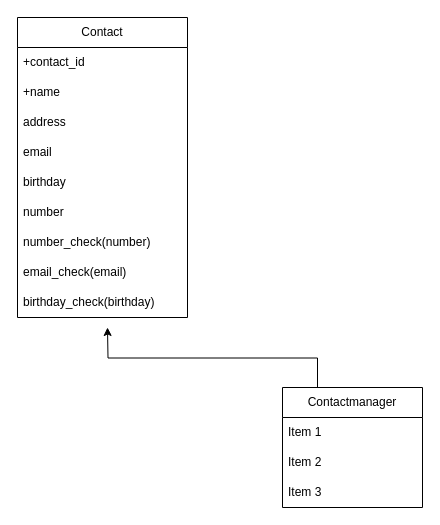
Earlier version of the draw.io diagram Диаграмма без названия.drawio (igorgroni/GOIT_HM). Source tidied: cells renumbered, new cells numbered last; positions are measured from the earlier drawing's top-left corner, leaving out a move shared by most shapes. Both pictures are drawn from the tidied source at 100%, with x=0, y=0 at pixel (17, 17).
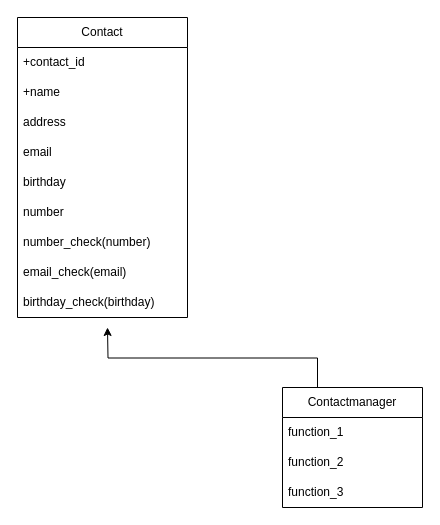
After the change.

Change to the diagram source:
```diff
@@
 <mxGraphModel>
   <root>
     <mxCell id="0" />
     <mxCell id="1" parent="0" />
     <mxCell id="2" value="Contact" style="swimlane;fontStyle=0;horizontal=1;startSize=30;whiteSpace=wrap;html=1;" parent="1" vertex="1">
       <mxGeometry width="170" height="300" as="geometry" />
     </mxCell>
     <mxCell id="3" value="+contact_id" style="text;strokeColor=none;fillColor=none;align=left;verticalAlign=middle;spacingLeft=4;spacingRight=4;overflow=hidden;whiteSpace=wrap;html=1;" parent="2" vertex="1">
       <mxGeometry y="30" width="170" height="30" as="geometry" />
     </mxCell>
     <mxCell id="4" value="+name" style="text;strokeColor=none;fillColor=none;align=left;verticalAlign=middle;spacingLeft=4;spacingRight=4;overflow=hidden;whiteSpace=wrap;html=1;" parent="2" vertex="1">
       <mxGeometry y="60" width="170" height="30" as="geometry" />
     </mxCell>
     <mxCell id="5" value="address" style="text;strokeColor=none;fillColor=none;align=left;verticalAlign=middle;spacingLeft=4;spacingRight=4;overflow=hidden;whiteSpace=wrap;html=1;" parent="2" vertex="1">
       <mxGeometry y="90" width="170" height="30" as="geometry" />
     </mxCell>
     <mxCell id="6" value="email" style="text;strokeColor=none;fillColor=none;align=left;verticalAlign=middle;spacingLeft=4;spacingRight=4;overflow=hidden;whiteSpace=wrap;html=1;" parent="2" vertex="1">
       <mxGeometry y="120" width="170" height="30" as="geometry" />
     </mxCell>
     <mxCell id="7" value="birthday" style="text;strokeColor=none;fillColor=none;align=left;verticalAlign=middle;spacingLeft=4;spacingRight=4;overflow=hidden;whiteSpace=wrap;html=1;" parent="2" vertex="1">
       <mxGeometry y="150" width="170" height="30" as="geometry" />
     </mxCell>
     <mxCell id="8" value="number" style="text;strokeColor=none;fillColor=none;align=left;verticalAlign=middle;spacingLeft=4;spacingRight=4;overflow=hidden;whiteSpace=wrap;html=1;" parent="2" vertex="1">
       <mxGeometry y="180" width="170" height="30" as="geometry" />
     </mxCell>
     <mxCell id="9" value="number_check(number)" style="text;strokeColor=none;fillColor=none;align=left;verticalAlign=middle;spacingLeft=4;spacingRight=4;overflow=hidden;whiteSpace=wrap;html=1;" parent="2" vertex="1">
       <mxGeometry y="210" width="170" height="30" as="geometry" />
     </mxCell>
     <mxCell id="10" value="email_check(email)" style="text;strokeColor=none;fillColor=none;align=left;verticalAlign=middle;spacingLeft=4;spacingRight=4;overflow=hidden;whiteSpace=wrap;html=1;" parent="2" vertex="1">
       <mxGeometry y="240" width="170" height="30" as="geometry" />
     </mxCell>
     <mxCell id="11" value="birthday_check(birthday)" style="text;strokeColor=none;fillColor=none;align=left;verticalAlign=middle;spacingLeft=4;spacingRight=4;overflow=hidden;whiteSpace=wrap;html=1;" parent="2" vertex="1">
       <mxGeometry y="270" width="170" height="30" as="geometry" />
     </mxCell>
     <mxCell id="12" style="edgeStyle=orthogonalEdgeStyle;rounded=0;jettySize=auto;html=1;exitX=0.25;exitY=0;exitDx=0;exitDy=0;" parent="1" edge="1" source="13">
       <mxGeometry relative="1" as="geometry">
         <mxPoint x="90" y="310" as="targetPoint" />
       </mxGeometry>
     </mxCell>
     <mxCell id="13" value="Contactmanager" style="swimlane;fontStyle=0;horizontal=1;startSize=30;whiteSpace=wrap;html=1;" parent="1" vertex="1">
       <mxGeometry x="265" y="370" width="140" height="120" as="geometry" />
     </mxCell>
-    <mxCell id="14" value="Item 1" style="text;strokeColor=none;fillColor=none;align=left;verticalAlign=middle;spacingLeft=4;spacingRight=4;overflow=hidden;whiteSpace=wrap;html=1;" parent="13" vertex="1">
+    <mxCell id="14" value="function_1" style="text;strokeColor=none;fillColor=none;align=left;verticalAlign=middle;spacingLeft=4;spacingRight=4;overflow=hidden;whiteSpace=wrap;html=1;" parent="13" vertex="1">
       <mxGeometry y="30" width="140" height="30" as="geometry" />
     </mxCell>
-    <mxCell id="15" value="Item 2" style="text;strokeColor=none;fillColor=none;align=left;verticalAlign=middle;spacingLeft=4;spacingRight=4;overflow=hidden;whiteSpace=wrap;html=1;" parent="13" vertex="1">
+    <mxCell id="15" value="function_2" style="text;strokeColor=none;fillColor=none;align=left;verticalAlign=middle;spacingLeft=4;spacingRight=4;overflow=hidden;whiteSpace=wrap;html=1;" parent="13" vertex="1">
       <mxGeometry y="60" width="140" height="30" as="geometry" />
     </mxCell>
-    <mxCell id="16" value="Item 3" style="text;strokeColor=none;fillColor=none;align=left;verticalAlign=middle;spacingLeft=4;spacingRight=4;overflow=hidden;whiteSpace=wrap;html=1;" parent="13" vertex="1">
+    <mxCell id="16" value="function_3" style="text;strokeColor=none;fillColor=none;align=left;verticalAlign=middle;spacingLeft=4;spacingRight=4;overflow=hidden;whiteSpace=wrap;html=1;" parent="13" vertex="1">
       <mxGeometry y="90" width="140" height="30" as="geometry" />
     </mxCell>
   </root>
 </mxGraphModel>
```
